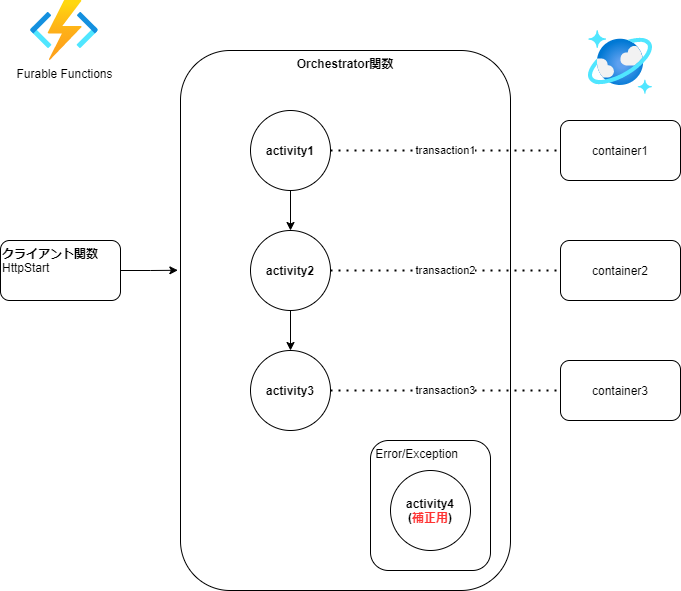
This is Training1_cosmosdb/Training1.png from APCt-okuyama/az-func-learn, a draw.io export, as it was before one commit. Source tidied: cells renumbered, new cells last; positions are measured from the earlier drawing's top-left corner, leaving out a move shared by most shapes.
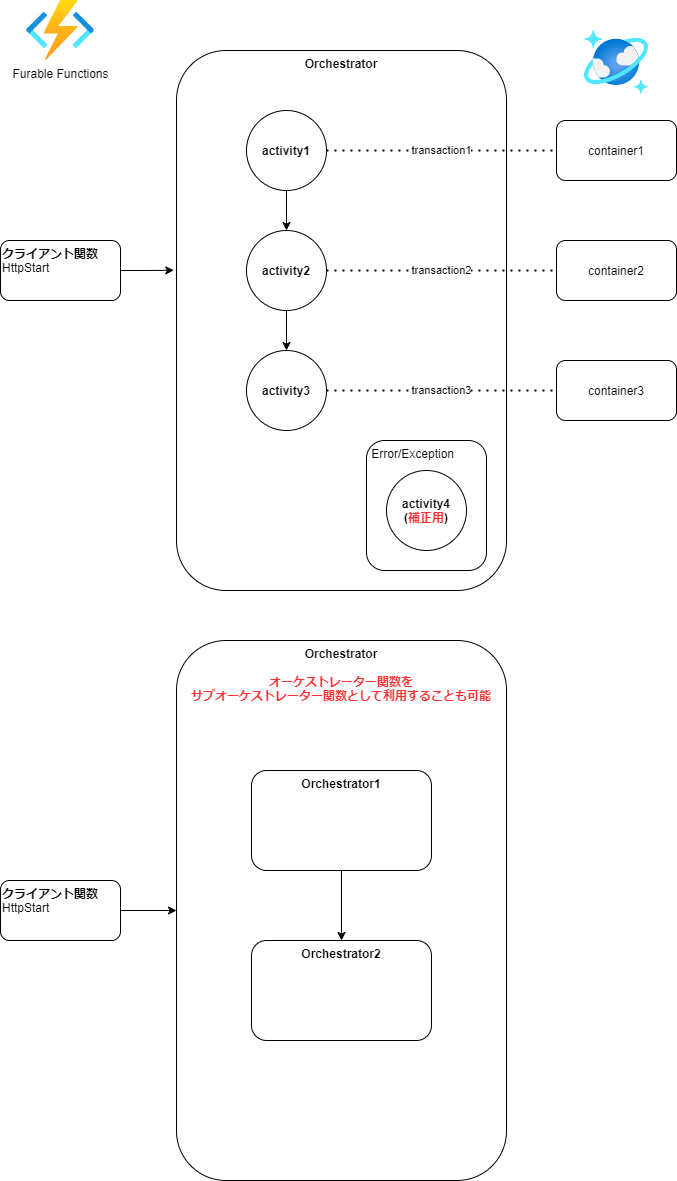
The same file after the commit.

Change to the diagram source:
```diff
@@ -2,7 +2,7 @@
   <root>
     <mxCell id="0" />
     <mxCell id="1" parent="0" />
-    <mxCell id="2" value="&lt;b&gt;Orchestrator関数&lt;/b&gt;" style="rounded=1;whiteSpace=wrap;html=1;align=center;verticalAlign=top;" parent="1" vertex="1">
+    <mxCell id="2" value="&lt;b&gt;Orchestrator&lt;/b&gt;" style="rounded=1;whiteSpace=wrap;html=1;align=center;verticalAlign=top;" parent="1" vertex="1">
       <mxGeometry x="180" y="50" width="330" height="540" as="geometry" />
     </mxCell>
     <mxCell id="3" style="html=1;align=center;image;fontSize=12;image=img/lib/azure2/databases/Azure_Cosmos_DB.svg;" parent="1" vertex="1">
@@ -54,7 +54,25 @@
       <mxGeometry relative="1" as="geometry" />
     </mxCell>
     <mxCell id="19" value="&lt;b&gt;クライアント関数&lt;/b&gt;&lt;br&gt;HttpStart&lt;br&gt;" style="rounded=1;whiteSpace=wrap;html=1;align=left;verticalAlign=top;" parent="1" vertex="1">
-      <mxGeometry y="240" width="120" height="60" as="geometry" />
+      <mxGeometry x="4" y="240" width="120" height="60" as="geometry" />
     </mxCell>
+    <mxCell id="20" value="&lt;b&gt;Orchestrator&lt;br&gt;&lt;br&gt;&lt;font color=&quot;#ff3333&quot;&gt;オーケストレーター関数を&lt;br&gt;サブオーケストレーター関数として利用することも可能&lt;/font&gt;&lt;br&gt;&lt;/b&gt;" style="rounded=1;whiteSpace=wrap;html=1;align=center;verticalAlign=top;" parent="1" vertex="1">
+      <mxGeometry x="180" y="640" width="330" height="540" as="geometry" />
+    </mxCell>
+    <mxCell id="21" style="edgeStyle=orthogonalEdgeStyle;rounded=0;jettySize=auto;html=1;" parent="1" edge="1" source="22" target="20">
+      <mxGeometry relative="1" as="geometry" />
+    </mxCell>
+    <mxCell id="22" value="&lt;b&gt;クライアント関数&lt;/b&gt;&lt;br&gt;HttpStart&lt;br&gt;" style="rounded=1;whiteSpace=wrap;html=1;align=left;verticalAlign=top;" parent="1" vertex="1">
+      <mxGeometry x="4" y="880" width="120" height="60" as="geometry" />
+    </mxCell>
+    <mxCell id="23" style="edgeStyle=orthogonalEdgeStyle;rounded=0;jettySize=auto;html=1;entryX=0.5;entryY=0;entryDx=0;entryDy=0;" parent="1" edge="1" source="24" target="25">
+      <mxGeometry relative="1" as="geometry" />
+    </mxCell>
+    <mxCell id="24" value="&lt;b&gt;Orchestrator1&lt;/b&gt;" style="rounded=1;whiteSpace=wrap;html=1;align=center;verticalAlign=top;" parent="1" vertex="1">
+      <mxGeometry x="255" y="770" width="180" height="100" as="geometry" />
+    </mxCell>
+    <mxCell id="25" value="&lt;b&gt;Orchestrator2&lt;/b&gt;" style="rounded=1;whiteSpace=wrap;html=1;align=center;verticalAlign=top;" parent="1" vertex="1">
+      <mxGeometry x="255" y="940" width="180" height="100" as="geometry" />
+    </mxCell>
   </root>
 </mxGraphModel>
```
